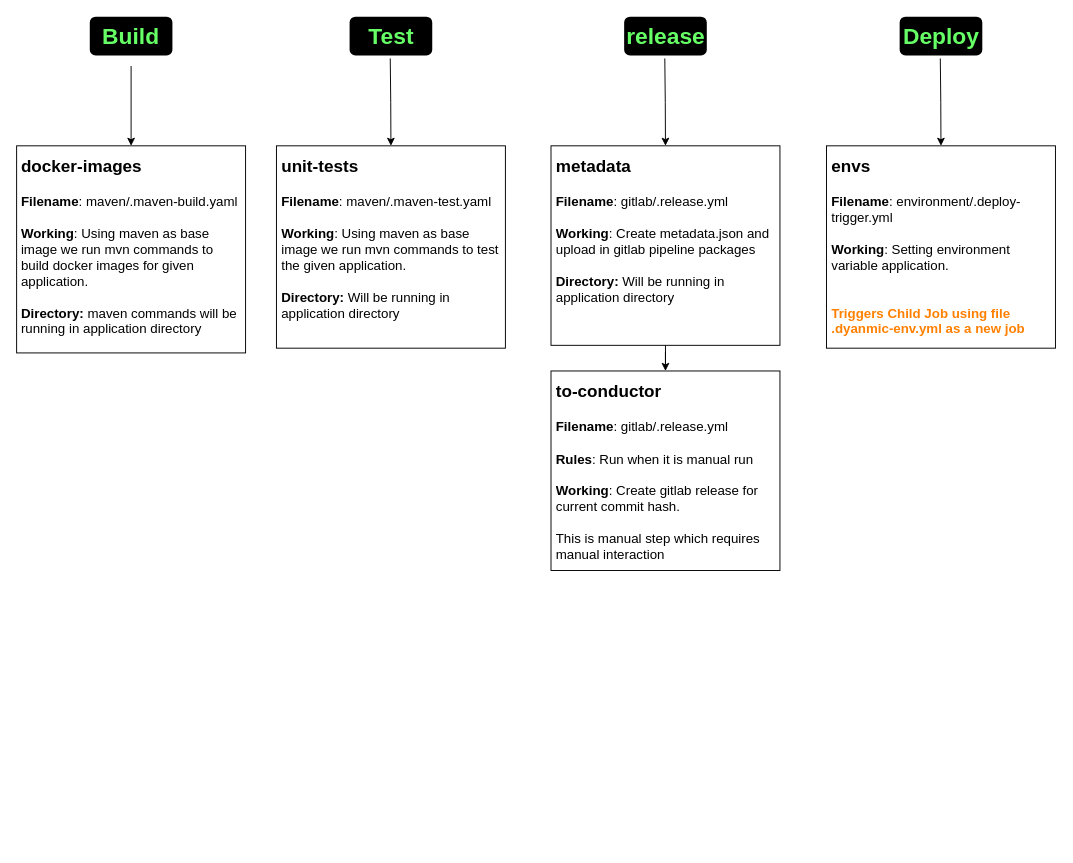
Before: GitlabWorkflow.drawio in vishnu-chegondi/draw-repo, a draw.io diagram. Source tidied: cells renumbered, new cells numbered last; positions are measured from the earlier drawing's top-left corner, leaving out a move shared by most shapes. Both pictures are drawn from the tidied source at 95%, with x=0, y=0 at pixel (16, 16).
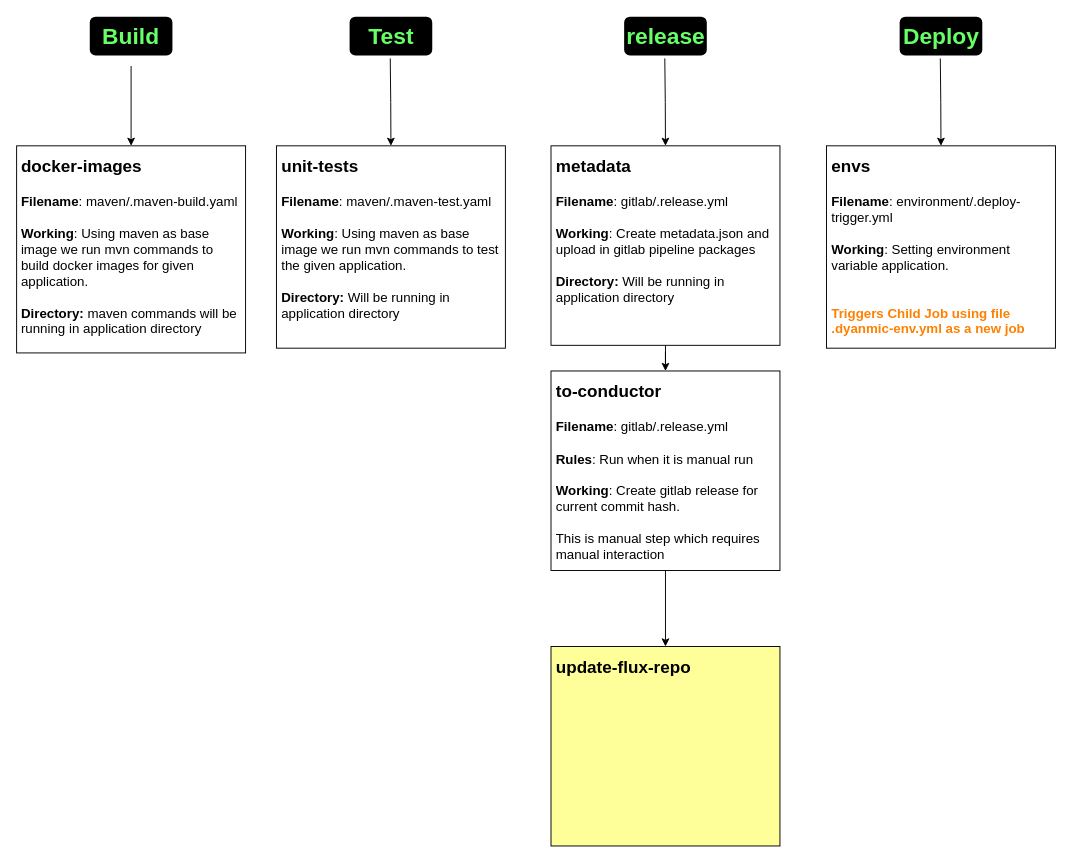
Above is the later version.

Diff of the diagram source:
```diff
@@
 <mxGraphModel>
   <root>
     <mxCell id="0" />
     <mxCell id="1" parent="0" />
     <mxCell id="2" style="edgeStyle=orthogonalEdgeStyle;rounded=0;jettySize=auto;html=1;entryX=0.5;entryY=0;entryDx=0;entryDy=0;" parent="1" edge="1" source="3" target="4">
       <mxGeometry relative="1" as="geometry" />
     </mxCell>
     <mxCell id="3" value="&lt;font color=&quot;#66ff66&quot; style=&quot;font-size: 24px;&quot;&gt;&lt;b style=&quot;background-color: rgb(0, 0, 0);&quot;&gt;Build&lt;/b&gt;&lt;/font&gt;" style="text;html=1;strokeColor=none;fillColor=#000000;align=center;verticalAlign=middle;whiteSpace=wrap;rounded=1;perimeterSpacing=11;shadow=0;strokeWidth=1;dashed=1;" parent="1" vertex="1">
       <mxGeometry x="77" width="87" height="41" as="geometry" />
     </mxCell>
     <mxCell id="4" value="&lt;h1&gt;&lt;font style=&quot;font-size: 18px;&quot;&gt;docker-images&lt;/font&gt;&lt;/h1&gt;&lt;div&gt;&lt;font style=&quot;font-size: 14px;&quot;&gt;&lt;b&gt;Filename&lt;/b&gt;: maven/.maven-build.yaml&lt;/font&gt;&lt;/div&gt;&lt;div&gt;&lt;font style=&quot;font-size: 14px;&quot;&gt;&lt;br&gt;&lt;/font&gt;&lt;/div&gt;&lt;div&gt;&lt;font style=&quot;font-size: 14px;&quot;&gt;&lt;b&gt;Working&lt;/b&gt;: Using maven as base image we run mvn commands to build docker images for given application.&amp;nbsp;&lt;/font&gt;&lt;/div&gt;&lt;div&gt;&lt;font style=&quot;font-size: 14px;&quot;&gt;&lt;b&gt;&lt;br&gt;&lt;/b&gt;&lt;/font&gt;&lt;/div&gt;&lt;div&gt;&lt;font style=&quot;font-size: 14px;&quot;&gt;&lt;b&gt;Directory: &lt;/b&gt;maven commands will be running in application directory&lt;br&gt;&lt;br&gt;&lt;br&gt;&lt;/font&gt;&lt;/div&gt;" style="text;html=1;strokeColor=default;fillColor=none;spacing=5;spacingTop=-20;whiteSpace=wrap;overflow=hidden;rounded=0;" parent="1" vertex="1">
       <mxGeometry y="136" width="241" height="218" as="geometry" />
     </mxCell>
     <mxCell id="5" style="edgeStyle=orthogonalEdgeStyle;rounded=0;jettySize=auto;html=1;entryX=0.5;entryY=0;entryDx=0;entryDy=0;" parent="1" edge="1" target="6">
       <mxGeometry relative="1" as="geometry">
         <mxPoint x="393.3" y="44" as="sourcePoint" />
       </mxGeometry>
     </mxCell>
     <mxCell id="6" value="&lt;h1&gt;&lt;span style=&quot;font-size: 18px;&quot;&gt;unit-tests&lt;/span&gt;&lt;/h1&gt;&lt;div&gt;&lt;font style=&quot;font-size: 14px;&quot;&gt;&lt;b&gt;Filename&lt;/b&gt;: maven/.maven-test.yaml&lt;/font&gt;&lt;/div&gt;&lt;div&gt;&lt;font style=&quot;font-size: 14px;&quot;&gt;&lt;b&gt;&lt;br&gt;&lt;/b&gt;&lt;/font&gt;&lt;/div&gt;&lt;div&gt;&lt;font style=&quot;font-size: 14px;&quot;&gt;&lt;b&gt;Working&lt;/b&gt;: Using maven as base image we run mvn commands to test the given application.&amp;nbsp;&lt;/font&gt;&lt;/div&gt;&lt;div&gt;&lt;font style=&quot;font-size: 14px;&quot;&gt;&lt;br&gt;&lt;/font&gt;&lt;/div&gt;&lt;div&gt;&lt;span style=&quot;font-size: 14px;&quot;&gt;&lt;b&gt;Directory: &lt;/b&gt;Will be running in application directory&lt;/span&gt;&lt;/div&gt;" style="text;html=1;strokeColor=default;fillColor=none;spacing=5;spacingTop=-20;whiteSpace=wrap;overflow=hidden;rounded=0;" parent="1" vertex="1">
       <mxGeometry x="273.5" y="136" width="241" height="213" as="geometry" />
     </mxCell>
     <mxCell id="7" value="&lt;font color=&quot;#66ff66&quot; style=&quot;font-size: 24px;&quot;&gt;&lt;b style=&quot;background-color: rgb(0, 0, 0);&quot;&gt;Test&lt;/b&gt;&lt;/font&gt;" style="text;html=1;strokeColor=none;fillColor=#000000;align=center;verticalAlign=middle;whiteSpace=wrap;rounded=1;perimeterSpacing=11;shadow=0;strokeWidth=1;dashed=1;" parent="1" vertex="1">
       <mxGeometry x="350.5" width="87" height="41" as="geometry" />
     </mxCell>
     <mxCell id="8" style="edgeStyle=orthogonalEdgeStyle;rounded=0;jettySize=auto;html=1;entryX=0.5;entryY=0;entryDx=0;entryDy=0;" parent="1" edge="1" target="10">
       <mxGeometry relative="1" as="geometry">
         <mxPoint x="682.3" y="44" as="sourcePoint" />
       </mxGeometry>
     </mxCell>
     <mxCell id="9" style="edgeStyle=orthogonalEdgeStyle;rounded=0;jettySize=auto;html=1;exitX=0.5;exitY=1;exitDx=0;exitDy=0;" parent="1" edge="1" source="10" target="12">
       <mxGeometry relative="1" as="geometry" />
     </mxCell>
     <mxCell id="10" value="&lt;h1&gt;&lt;span style=&quot;font-size: 18px;&quot;&gt;metadata&lt;/span&gt;&lt;/h1&gt;&lt;div&gt;&lt;font style=&quot;font-size: 14px;&quot;&gt;&lt;b&gt;Filename&lt;/b&gt;: gitlab/.release.yml&lt;/font&gt;&lt;/div&gt;&lt;div&gt;&lt;font style=&quot;font-size: 14px;&quot;&gt;&lt;b&gt;&lt;br&gt;&lt;/b&gt;&lt;/font&gt;&lt;/div&gt;&lt;div&gt;&lt;font style=&quot;font-size: 14px;&quot;&gt;&lt;b&gt;Working&lt;/b&gt;: Create metadata.json and upload in gitlab pipeline packages&lt;/font&gt;&lt;/div&gt;&lt;div&gt;&lt;font style=&quot;font-size: 14px;&quot;&gt;&lt;br&gt;&lt;/font&gt;&lt;/div&gt;&lt;div&gt;&lt;span style=&quot;font-size: 14px;&quot;&gt;&lt;b&gt;Directory: &lt;/b&gt;Will be running in application directory&lt;/span&gt;&lt;/div&gt;" style="text;html=1;strokeColor=default;fillColor=none;spacing=5;spacingTop=-20;whiteSpace=wrap;overflow=hidden;rounded=0;" parent="1" vertex="1">
       <mxGeometry x="562.5" y="136" width="241" height="210" as="geometry" />
     </mxCell>
     <mxCell id="11" value="&lt;font color=&quot;#66ff66&quot; style=&quot;font-size: 24px;&quot;&gt;&lt;b style=&quot;background-color: rgb(0, 0, 0);&quot;&gt;release&lt;/b&gt;&lt;/font&gt;" style="text;html=1;strokeColor=none;fillColor=#000000;align=center;verticalAlign=middle;whiteSpace=wrap;rounded=1;perimeterSpacing=11;shadow=0;strokeWidth=1;dashed=1;" parent="1" vertex="1">
       <mxGeometry x="639.5" width="87" height="41" as="geometry" />
     </mxCell>
+    <mxCell id="16" style="edgeStyle=orthogonalEdgeStyle;rounded=0;jettySize=auto;html=1;" parent="1" edge="1" source="12" target="17">
+      <mxGeometry relative="1" as="geometry" />
+    </mxCell>
     <mxCell id="12" value="&lt;h1&gt;&lt;span style=&quot;font-size: 18px;&quot;&gt;to-conductor&lt;/span&gt;&lt;/h1&gt;&lt;div&gt;&lt;font style=&quot;font-size: 14px;&quot;&gt;&lt;b&gt;Filename&lt;/b&gt;: gitlab/.release.yml&lt;/font&gt;&lt;/div&gt;&lt;div&gt;&lt;font style=&quot;font-size: 14px;&quot;&gt;&lt;br&gt;&lt;/font&gt;&lt;/div&gt;&lt;div&gt;&lt;font style=&quot;font-size: 14px;&quot;&gt;&lt;b&gt;Rules&lt;/b&gt;: Run when it is manual run&lt;/font&gt;&lt;/div&gt;&lt;div&gt;&lt;font style=&quot;font-size: 14px;&quot;&gt;&lt;b&gt;&lt;br&gt;&lt;/b&gt;&lt;/font&gt;&lt;/div&gt;&lt;div&gt;&lt;font style=&quot;font-size: 14px;&quot;&gt;&lt;b&gt;Working&lt;/b&gt;: Create gitlab release for current commit hash.&lt;br&gt;&lt;br&gt;This is manual step which requires manual interaction&lt;/font&gt;&lt;/div&gt;&lt;div&gt;&lt;br&gt;&lt;/div&gt;" style="text;html=1;strokeColor=default;fillColor=none;spacing=5;spacingTop=-20;whiteSpace=wrap;overflow=hidden;rounded=0;" parent="1" vertex="1">
       <mxGeometry x="562.5" y="373" width="241" height="210" as="geometry" />
     </mxCell>
     <mxCell id="13" style="edgeStyle=orthogonalEdgeStyle;rounded=0;jettySize=auto;html=1;entryX=0.5;entryY=0;entryDx=0;entryDy=0;" parent="1" edge="1" target="14">
       <mxGeometry relative="1" as="geometry">
         <mxPoint x="972.3" y="44" as="sourcePoint" />
       </mxGeometry>
     </mxCell>
     <mxCell id="14" value="&lt;h1&gt;&lt;span style=&quot;font-size: 18px;&quot;&gt;envs&lt;/span&gt;&lt;/h1&gt;&lt;div&gt;&lt;font style=&quot;font-size: 14px;&quot;&gt;&lt;b&gt;Filename&lt;/b&gt;: environment/.deploy-trigger.yml&lt;/font&gt;&lt;/div&gt;&lt;div&gt;&lt;font style=&quot;font-size: 14px;&quot;&gt;&lt;b&gt;&lt;br&gt;&lt;/b&gt;&lt;/font&gt;&lt;/div&gt;&lt;div&gt;&lt;font style=&quot;font-size: 14px;&quot;&gt;&lt;b&gt;Working&lt;/b&gt;: Setting environment variable application.&lt;br&gt;&lt;br&gt;&lt;br&gt;&lt;b&gt;&lt;font color=&quot;#ff8000&quot;&gt;Triggers Child Job using file .dyanmic-env.yml as a new job&lt;/font&gt;&lt;/b&gt;&lt;/font&gt;&lt;/div&gt;&lt;div&gt;&lt;br&gt;&lt;/div&gt;" style="text;html=1;strokeColor=default;fillColor=none;spacing=5;spacingTop=-20;whiteSpace=wrap;overflow=hidden;rounded=0;" parent="1" vertex="1">
       <mxGeometry x="852.5" y="136" width="241" height="213" as="geometry" />
     </mxCell>
     <mxCell id="15" value="&lt;font color=&quot;#66ff66&quot; style=&quot;font-size: 24px;&quot;&gt;&lt;b style=&quot;background-color: rgb(0, 0, 0);&quot;&gt;Deploy&lt;/b&gt;&lt;/font&gt;" style="text;html=1;strokeColor=none;fillColor=#000000;align=center;verticalAlign=middle;whiteSpace=wrap;rounded=1;perimeterSpacing=11;shadow=0;strokeWidth=1;dashed=1;" parent="1" vertex="1">
       <mxGeometry x="929.5" width="87" height="41" as="geometry" />
     </mxCell>
+    <mxCell id="17" value="&lt;h1&gt;&lt;span style=&quot;font-size: 18px;&quot;&gt;update-flux-repo&lt;br&gt;&lt;br&gt;&lt;br&gt;&lt;/span&gt;&lt;/h1&gt;" style="text;html=1;strokeColor=default;fillColor=#FFFF99;spacing=5;spacingTop=-20;whiteSpace=wrap;overflow=hidden;rounded=0;" parent="1" vertex="1">
+      <mxGeometry x="562.5" y="663" width="241" height="210" as="geometry" />
+    </mxCell>
   </root>
 </mxGraphModel>
```
